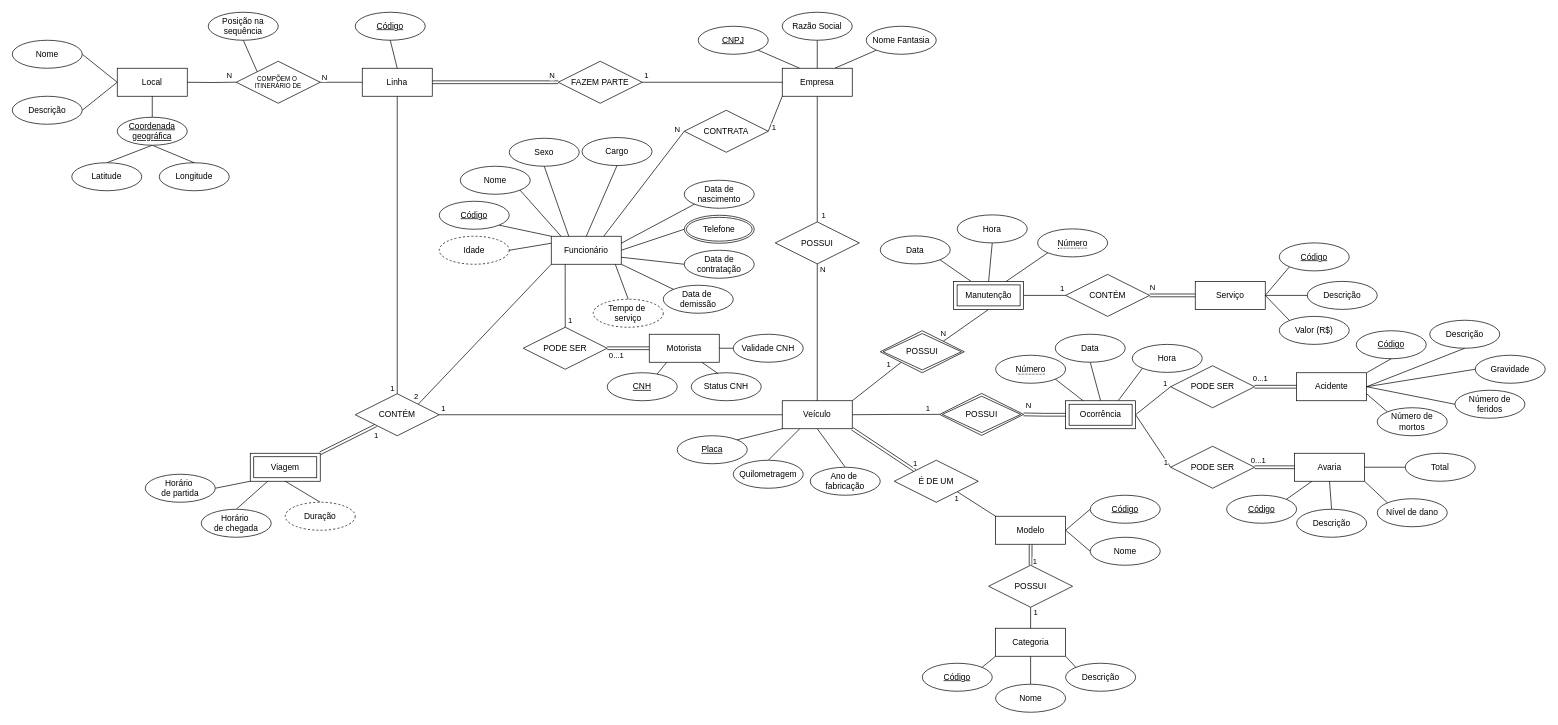
Above: drawio/conceptual_model.drawio in gscolombo/Projeto---BD (draw.io), before the change. Source tidied: cells renumbered, new cells numbered last; positions are measured from the earlier drawing's top-left corner, leaving out a move shared by most shapes. Both pictures are drawn from the tidied source at 70%, with x=0, y=0 at pixel (12, 12).
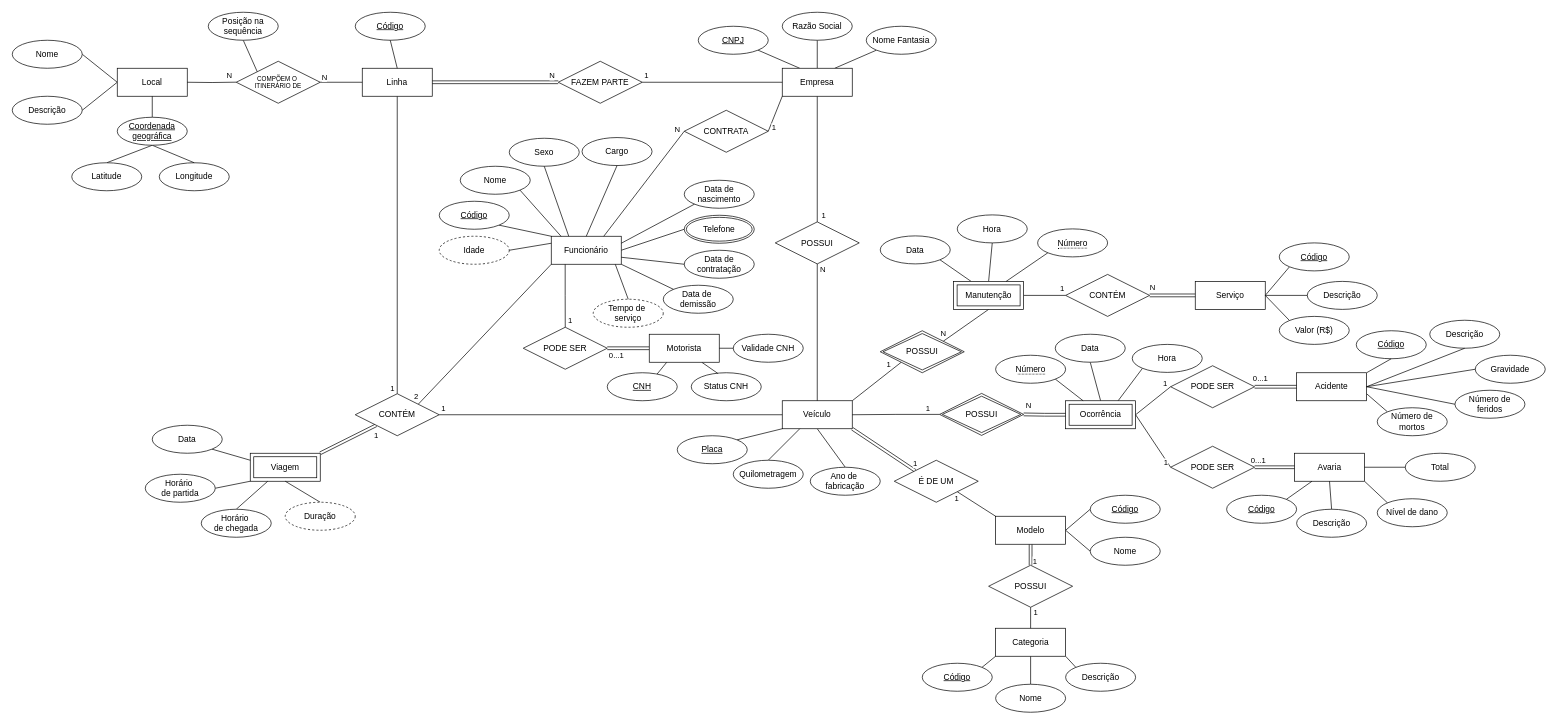
The same page after the edit.

Commit message:
Inclusão de atributo "Data" em entidade Viagem

The change refers to these unchanged cells:
```xml
<mxCell id="24" value="Viagem" style="shape=ext;margin=3;double=1;whiteSpace=wrap;html=1;align=center;" parent="1" vertex="1">
  <mxGeometry x="340" y="630" width="100" height="40" as="geometry" />
</mxCell>
```

Diff of the diagram source:
```diff
@@
+    <mxCell id="190" style="rounded=0;jettySize=auto;html=1;exitX=1;exitY=1;exitDx=0;exitDy=0;entryX=0;entryY=0.25;entryDx=0;entryDy=0;endArrow=none;endFill=0;" parent="1" edge="1" source="191" target="24">
+      <mxGeometry relative="1" as="geometry" />
+    </mxCell>
+    <mxCell id="191" value="Data" style="ellipse;whiteSpace=wrap;html=1;align=center;fontStyle=0;" parent="1" vertex="1">
+      <mxGeometry x="200" y="590" width="100" height="40" as="geometry" />
+    </mxCell>
```
